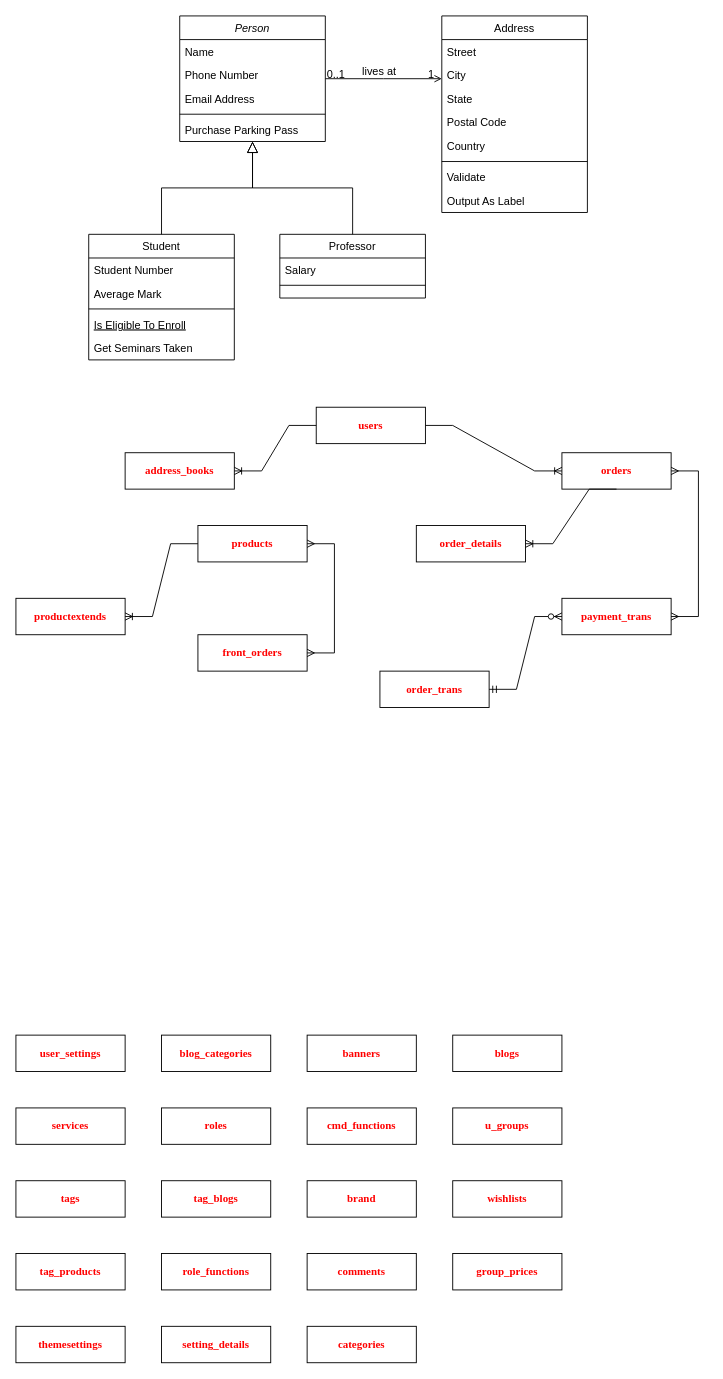
itcctvsoft/Itcctv_shop_design keeps this draw.io diagram as page "Class Diagram" (2 of 5) of Itcctv_shop Design.drawio. Above is the earlier version. Source tidied: cells renumbered, new cells numbered last; positions are measured from the earlier drawing's top-left corner, leaving out a move shared by most shapes. Both pictures are drawn from the tidied source at 91%, with x=0, y=0 at pixel (15, 15).
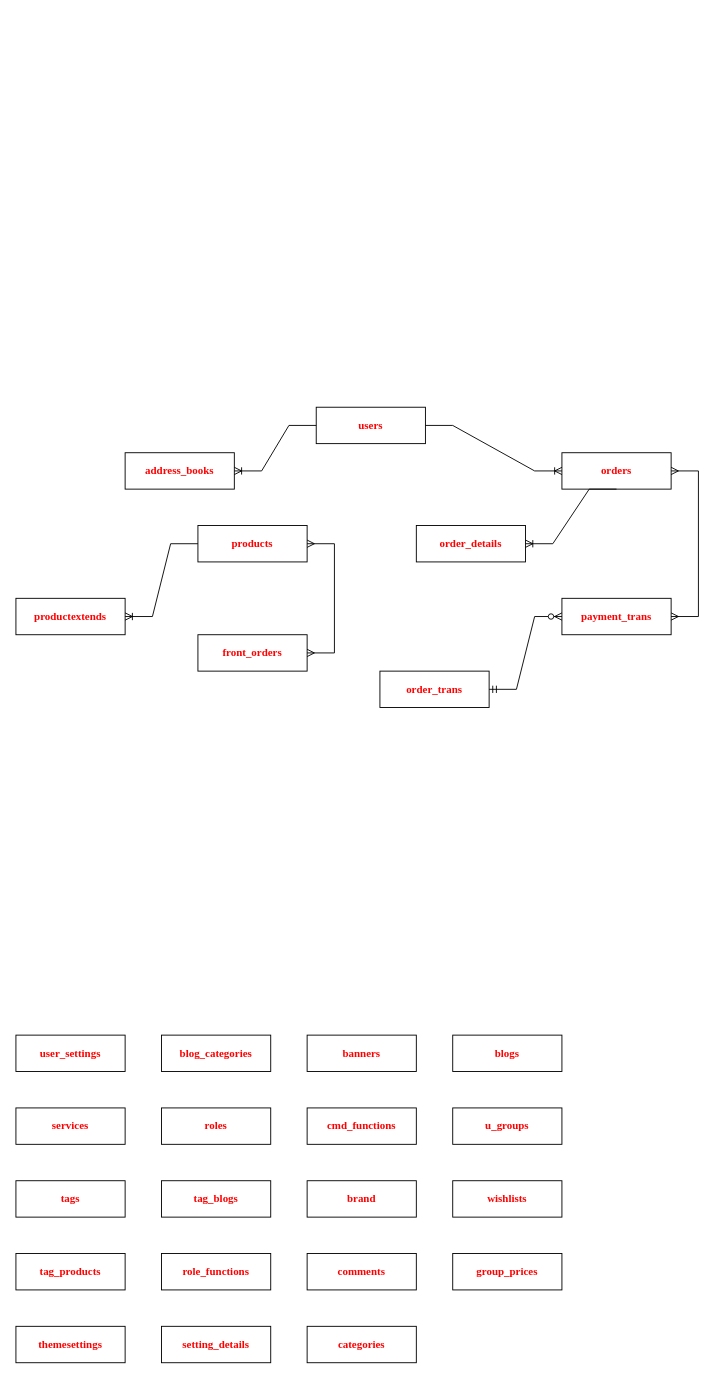
Above is the later version.

Diff of the diagram source:
```diff
@@
-    <mxCell id="2" value="Person" style="swimlane;fontStyle=2;align=center;verticalAlign=top;horizontal=1;startSize=26;rounded=0;shadow=0;strokeWidth=1;" parent="1" vertex="1">
-      <mxGeometry x="180" width="160" height="138" as="geometry" />
-    </mxCell>
-    <mxCell id="3" value="Name" style="text;align=left;verticalAlign=top;spacingLeft=4;spacingRight=4;overflow=hidden;" parent="2" vertex="1">
-      <mxGeometry y="26" width="160" height="26" as="geometry" />
-    </mxCell>
-    <mxCell id="4" value="Phone Number" style="text;align=left;verticalAlign=top;spacingLeft=4;spacingRight=4;overflow=hidden;rounded=0;shadow=0;html=0;" parent="2" vertex="1">
-      <mxGeometry y="52" width="160" height="26" as="geometry" />
-    </mxCell>
-    <mxCell id="5" value="Email Address" style="text;align=left;verticalAlign=top;spacingLeft=4;spacingRight=4;overflow=hidden;rounded=0;shadow=0;html=0;" parent="2" vertex="1">
-      <mxGeometry y="78" width="160" height="26" as="geometry" />
-    </mxCell>
-    <mxCell id="6" style="line;html=1;strokeWidth=1;align=left;verticalAlign=middle;spacingTop=-1;spacingLeft=3;spacingRight=3;labelPosition=right;" parent="2" vertex="1">
-      <mxGeometry y="104" width="160" height="8" as="geometry" />
-    </mxCell>
-    <mxCell id="7" value="Purchase Parking Pass" style="text;align=left;verticalAlign=top;spacingLeft=4;spacingRight=4;overflow=hidden;" parent="2" vertex="1">
-      <mxGeometry y="112" width="160" height="26" as="geometry" />
-    </mxCell>
-    <mxCell id="8" value="Student" style="swimlane;fontStyle=0;align=center;verticalAlign=top;horizontal=1;startSize=26;rounded=0;shadow=0;strokeWidth=1;" parent="1" vertex="1">
-      <mxGeometry x="80" y="240" width="160" height="138" as="geometry" />
-    </mxCell>
-    <mxCell id="9" value="Student Number" style="text;align=left;verticalAlign=top;spacingLeft=4;spacingRight=4;overflow=hidden;" parent="8" vertex="1">
-      <mxGeometry y="26" width="160" height="26" as="geometry" />
-    </mxCell>
-    <mxCell id="10" value="Average Mark" style="text;align=left;verticalAlign=top;spacingLeft=4;spacingRight=4;overflow=hidden;rounded=0;shadow=0;html=0;" parent="8" vertex="1">
-      <mxGeometry y="52" width="160" height="26" as="geometry" />
-    </mxCell>
-    <mxCell id="11" style="line;html=1;strokeWidth=1;align=left;verticalAlign=middle;spacingTop=-1;spacingLeft=3;spacingRight=3;labelPosition=right;" parent="8" vertex="1">
-      <mxGeometry y="78" width="160" height="8" as="geometry" />
-    </mxCell>
-    <mxCell id="12" value="Is Eligible To Enroll" style="text;align=left;verticalAlign=top;spacingLeft=4;spacingRight=4;overflow=hidden;fontStyle=4;" parent="8" vertex="1">
-      <mxGeometry y="86" width="160" height="26" as="geometry" />
-    </mxCell>
-    <mxCell id="13" value="Get Seminars Taken" style="text;align=left;verticalAlign=top;spacingLeft=4;spacingRight=4;overflow=hidden;" parent="8" vertex="1">
-      <mxGeometry y="112" width="160" height="26" as="geometry" />
-    </mxCell>
-    <mxCell id="14" style="endArrow=block;endSize=10;endFill=0;shadow=0;strokeWidth=1;rounded=0;curved=0;edgeStyle=elbowEdgeStyle;elbow=vertical;" parent="1" edge="1" source="8" target="2">
-      <mxGeometry relative="1" as="geometry" />
-    </mxCell>
-    <mxCell id="15" value="Professor" style="swimlane;fontStyle=0;align=center;verticalAlign=top;horizontal=1;startSize=26;rounded=0;shadow=0;strokeWidth=1;" parent="1" vertex="1">
-      <mxGeometry x="290" y="240" width="160" height="70" as="geometry" />
-    </mxCell>
-    <mxCell id="16" value="Salary" style="text;align=left;verticalAlign=top;spacingLeft=4;spacingRight=4;overflow=hidden;" parent="15" vertex="1">
-      <mxGeometry y="26" width="160" height="26" as="geometry" />
-    </mxCell>
-    <mxCell id="17" style="line;html=1;strokeWidth=1;align=left;verticalAlign=middle;spacingTop=-1;spacingLeft=3;spacingRight=3;labelPosition=right;" parent="15" vertex="1">
-      <mxGeometry y="52" width="160" height="8" as="geometry" />
-    </mxCell>
-    <mxCell id="18" style="endArrow=block;endSize=10;endFill=0;shadow=0;strokeWidth=1;rounded=0;curved=0;edgeStyle=elbowEdgeStyle;elbow=vertical;" parent="1" edge="1" source="15" target="2">
-      <mxGeometry relative="1" as="geometry" />
-    </mxCell>
-    <mxCell id="19" value="Address" style="swimlane;fontStyle=0;align=center;verticalAlign=top;horizontal=1;startSize=26;rounded=0;shadow=0;strokeWidth=1;" parent="1" vertex="1">
-      <mxGeometry x="468" width="160" height="216" as="geometry" />
-    </mxCell>
-    <mxCell id="20" value="Street" style="text;align=left;verticalAlign=top;spacingLeft=4;spacingRight=4;overflow=hidden;" parent="19" vertex="1">
-      <mxGeometry y="26" width="160" height="26" as="geometry" />
-    </mxCell>
-    <mxCell id="21" value="City" style="text;align=left;verticalAlign=top;spacingLeft=4;spacingRight=4;overflow=hidden;rounded=0;shadow=0;html=0;" parent="19" vertex="1">
-      <mxGeometry y="52" width="160" height="26" as="geometry" />
-    </mxCell>
-    <mxCell id="22" value="State" style="text;align=left;verticalAlign=top;spacingLeft=4;spacingRight=4;overflow=hidden;rounded=0;shadow=0;html=0;" parent="19" vertex="1">
-      <mxGeometry y="78" width="160" height="26" as="geometry" />
-    </mxCell>
-    <mxCell id="23" value="Postal Code" style="text;align=left;verticalAlign=top;spacingLeft=4;spacingRight=4;overflow=hidden;rounded=0;shadow=0;html=0;" parent="19" vertex="1">
-      <mxGeometry y="104" width="160" height="26" as="geometry" />
-    </mxCell>
-    <mxCell id="24" value="Country" style="text;align=left;verticalAlign=top;spacingLeft=4;spacingRight=4;overflow=hidden;rounded=0;shadow=0;html=0;" parent="19" vertex="1">
-      <mxGeometry y="130" width="160" height="26" as="geometry" />
-    </mxCell>
-    <mxCell id="25" style="line;html=1;strokeWidth=1;align=left;verticalAlign=middle;spacingTop=-1;spacingLeft=3;spacingRight=3;labelPosition=right;" parent="19" vertex="1">
-      <mxGeometry y="156" width="160" height="8" as="geometry" />
-    </mxCell>
-    <mxCell id="26" value="Validate" style="text;align=left;verticalAlign=top;spacingLeft=4;spacingRight=4;overflow=hidden;" parent="19" vertex="1">
-      <mxGeometry y="164" width="160" height="26" as="geometry" />
-    </mxCell>
-    <mxCell id="27" value="Output As Label" style="text;align=left;verticalAlign=top;spacingLeft=4;spacingRight=4;overflow=hidden;" parent="19" vertex="1">
-      <mxGeometry y="190" width="160" height="26" as="geometry" />
-    </mxCell>
-    <mxCell id="28" style="endArrow=open;shadow=0;strokeWidth=1;rounded=0;curved=0;endFill=1;edgeStyle=elbowEdgeStyle;elbow=vertical;" parent="1" edge="1" source="2" target="19">
-      <mxGeometry x="0.5" y="41" relative="1" as="geometry">
-        <mxPoint x="-40" y="32" as="offset" />
-      </mxGeometry>
-    </mxCell>
-    <mxCell id="29" value="0..1" style="align=left;verticalAlign=bottom;labelBackgroundColor=none;fontSize=12;" parent="28" vertex="1">
-      <mxGeometry x="-1" relative="1" as="geometry">
-        <mxPoint y="4" as="offset" />
-      </mxGeometry>
-    </mxCell>
-    <mxCell id="30" value="1" style="align=right;verticalAlign=bottom;labelBackgroundColor=none;fontSize=12;" parent="28" vertex="1">
-      <mxGeometry x="1" relative="1" as="geometry">
-        <mxPoint x="-7" y="4" as="offset" />
-      </mxGeometry>
-    </mxCell>
-    <mxCell id="31" value="lives at" style="text;html=1;align=center;verticalAlign=middle;labelBackgroundColor=none;rounded=0;shadow=0;strokeWidth=1;fontSize=12;" parent="28" vertex="1">
-      <mxGeometry x="0.5" y="49" relative="1" as="geometry">
-        <mxPoint x="-38" y="40" as="offset" />
-      </mxGeometry>
-    </mxCell>
```
